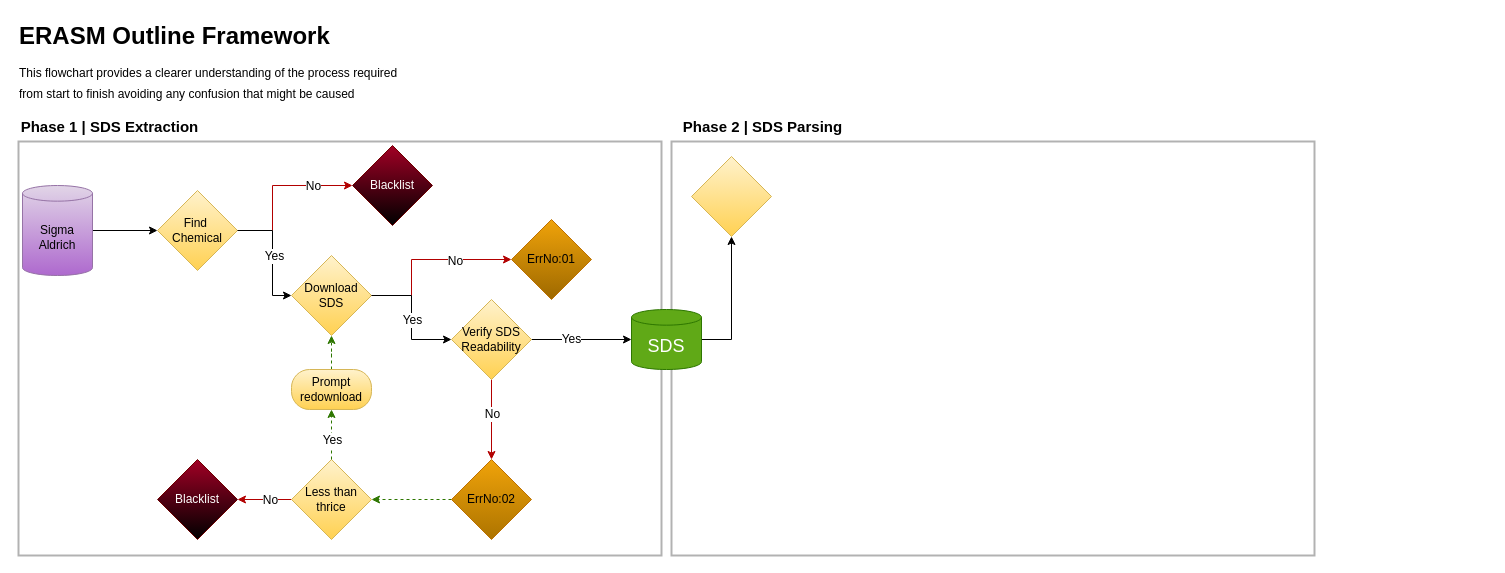
Above: ERASM_Blueprint.drawio in PaiSuryaDarshan/E-RASM (draw.io), before the change. Source tidied: cells renumbered, new cells numbered last; positions are measured from the earlier drawing's top-left corner, leaving out a move shared by most shapes. Both pictures are drawn from the tidied source at 100%, with x=0, y=0 at pixel (17, 17).
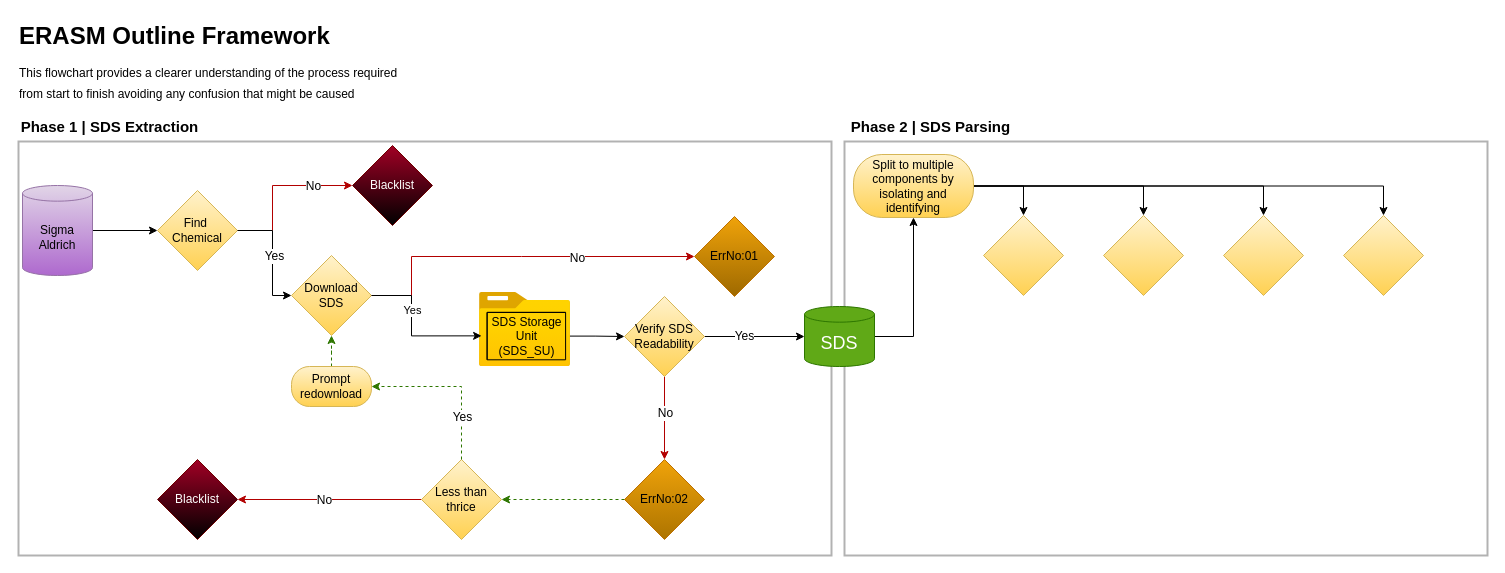
The same diagram, later.

The change refers to these unchanged cells:
```xml
<mxCell id="13" value="Download SDS" style="rhombus;whiteSpace=wrap;html=1;fillColor=#fff2cc;strokeColor=#d6b656;gradientColor=#ffd152;" parent="1" vertex="1">
  <mxGeometry x="274" y="238" width="80" height="80" as="geometry" />
</mxCell>
```

The edit, as a diff of the source:
```diff
@@
+    <mxCell id="3" style="rounded=0;whiteSpace=wrap;html=1;fillColor=none;strokeWidth=2;opacity=30;" parent="1" vertex="1">
+      <mxGeometry x="1" y="124" width="813" height="414" as="geometry" />
+    </mxCell>
     <mxCell id="2" style="rounded=0;whiteSpace=wrap;html=1;fillColor=none;strokeWidth=2;opacity=30;" parent="1" vertex="1">
-      <mxGeometry x="654" y="124" width="643" height="414" as="geometry" />
+      <mxGeometry x="827" y="124" width="643" height="414" as="geometry" />
     </mxCell>
-    <mxCell id="3" style="rounded=0;whiteSpace=wrap;html=1;fillColor=none;strokeWidth=2;opacity=30;" parent="1" vertex="1">
-      <mxGeometry x="1" y="124" width="643" height="414" as="geometry" />
-    </mxCell>
@@
-    <mxCell id="11" style="edgeStyle=orthogonalEdgeStyle;rounded=0;jettySize=auto;html=1;fontFamily=Helvetica;fontSize=12;fontColor=default;fillColor=#e51400;strokeColor=#B20000;" parent="1" edge="1" source="13" target="22">
+    <mxCell id="11" style="edgeStyle=orthogonalEdgeStyle;rounded=0;jettySize=auto;html=1;fontFamily=Helvetica;fontSize=12;fontColor=default;fillColor=#e51400;strokeColor=#B20000;entryX=0;entryY=0.5;entryDx=0;entryDy=0;" parent="1" edge="1" source="13" target="22">
       <mxGeometry relative="1" as="geometry">
         <Array as="points">
           <mxPoint x="394" y="278" />
-          <mxPoint x="394" y="242" />
+          <mxPoint x="394" y="239" />
+          <mxPoint x="504" y="239" />
         </Array>
       </mxGeometry>
     </mxCell>
@@
     <mxCell id="21" value="Verify SDS Readability" style="rhombus;whiteSpace=wrap;html=1;fillColor=#fff2cc;strokeColor=#d6b656;gradientColor=#ffd152;" parent="1" vertex="1">
-      <mxGeometry x="434" y="282" width="80" height="80" as="geometry" />
+      <mxGeometry x="607" y="279" width="80" height="80" as="geometry" />
     </mxCell>
     <mxCell id="22" value="ErrNo:01" style="rhombus;whiteSpace=wrap;html=1;fillColor=#f0a30a;strokeColor=#BD7000;fontColor=#000000;gradientColor=#9e6900;" parent="1" vertex="1">
-      <mxGeometry x="494" y="202" width="80" height="80" as="geometry" />
+      <mxGeometry x="677" y="199" width="80" height="80" as="geometry" />
     </mxCell>
-    <mxCell id="23" style="edgeStyle=orthogonalEdgeStyle;rounded=0;jettySize=auto;html=1;fontFamily=Helvetica;fontSize=12;fontColor=default;entryX=0;entryY=0.5;entryDx=0;entryDy=0;" parent="1" edge="1" source="13" target="21">
-      <mxGeometry relative="1" as="geometry" />
-    </mxCell>
-    <mxCell id="24" value="Yes" style="edgeLabel;html=1;align=center;verticalAlign=middle;strokeColor=#d6b656;fontFamily=Helvetica;fontSize=12;fontColor=default;fillColor=#fff2cc;gradientColor=#ffd152;" parent="23" vertex="1">
-      <mxGeometry x="-0.23" y="-1" relative="1" as="geometry">
-        <mxPoint x="1" y="16" as="offset" />
-      </mxGeometry>
-    </mxCell>
@@
     <mxCell id="26" value="ErrNo:02" style="rhombus;whiteSpace=wrap;html=1;fillColor=#f0a30a;strokeColor=#BD7000;fontColor=#000000;gradientColor=#ad7400;" parent="1" vertex="1">
-      <mxGeometry x="434" y="442" width="80" height="80" as="geometry" />
+      <mxGeometry x="607" y="442" width="80" height="80" as="geometry" />
     </mxCell>
@@
     <mxCell id="30" value="Less than thrice" style="rhombus;whiteSpace=wrap;html=1;fillColor=#fff2cc;strokeColor=#d6b656;gradientColor=#ffd152;" parent="1" vertex="1">
-      <mxGeometry x="274" y="442" width="80" height="80" as="geometry" />
+      <mxGeometry x="404" y="442" width="80" height="80" as="geometry" />
     </mxCell>
-    <mxCell id="31" style="edgeStyle=orthogonalEdgeStyle;rounded=0;jettySize=auto;html=1;entryX=0.5;entryY=1;entryDx=0;entryDy=0;fontFamily=Helvetica;fontSize=12;fontColor=default;dashed=1;fillColor=#60a917;strokeColor=#2D7600;" parent="1" edge="1" source="30" target="33">
-      <mxGeometry relative="1" as="geometry" />
+    <mxCell id="31" style="edgeStyle=orthogonalEdgeStyle;rounded=0;jettySize=auto;html=1;entryX=1;entryY=0.5;entryDx=0;entryDy=0;fontFamily=Helvetica;fontSize=12;fontColor=default;dashed=1;fillColor=#60a917;strokeColor=#2D7600;" parent="1" edge="1" source="30" target="33">
+      <mxGeometry relative="1" as="geometry">
+        <Array as="points">
+          <mxPoint x="444" y="369" />
+        </Array>
+      </mxGeometry>
     </mxCell>
     <mxCell id="32" value="Yes" style="edgeLabel;html=1;align=center;verticalAlign=middle;strokeColor=#d6b656;fontFamily=Helvetica;fontSize=12;fontColor=default;fillColor=#fff2cc;gradientColor=#ffd152;" parent="31" vertex="1">
       <mxGeometry x="0.01" relative="1" as="geometry">
-        <mxPoint y="5" as="offset" />
+        <mxPoint x="9" y="30" as="offset" />
       </mxGeometry>
     </mxCell>
     <mxCell id="33" value="&lt;div&gt;Prompt redownload&lt;br&gt;&lt;/div&gt;" style="rounded=1;whiteSpace=wrap;html=1;strokeColor=#d6b656;align=center;verticalAlign=middle;fontFamily=Helvetica;fontSize=12;fontColor=default;fillColor=#fff2cc;gradientColor=#ffd152;arcSize=45;" parent="1" vertex="1">
-      <mxGeometry x="274" y="352" width="80" height="40" as="geometry" />
+      <mxGeometry x="274" y="349" width="80" height="40" as="geometry" />
     </mxCell>
@@
-    <mxCell id="35" style="edgeStyle=orthogonalEdgeStyle;rounded=0;jettySize=auto;html=1;fontFamily=Helvetica;fontSize=12;fontColor=default;entryX=0.5;entryY=1;entryDx=0;entryDy=0;" parent="1" edge="1" source="36" target="39">
-      <mxGeometry relative="1" as="geometry">
-        <Array as="points">
-          <mxPoint x="714" y="322" />
-        </Array>
-      </mxGeometry>
-    </mxCell>
+    <mxCell id="40" style="edgeStyle=orthogonalEdgeStyle;rounded=0;jettySize=auto;html=1;entryX=0.5;entryY=1;entryDx=0;entryDy=0;" parent="1" edge="1" target="45">
+      <mxGeometry relative="1" as="geometry">
+        <mxPoint x="857" y="319" as="sourcePoint" />
+        <Array as="points">
+          <mxPoint x="896" y="319" />
+        </Array>
+      </mxGeometry>
+    </mxCell>
     <mxCell id="36" value="&lt;font style=&quot;font-size: 18px;&quot;&gt;SDS&lt;/font&gt;" style="shape=cylinder3;whiteSpace=wrap;html=1;boundedLbl=1;backgroundOutline=1;size=7.833282470703125;fillColor=#60a917;strokeColor=#2D7600;fontColor=#ffffff;" parent="1" vertex="1">
-      <mxGeometry x="614" y="292" width="70" height="60" as="geometry" />
+      <mxGeometry x="787" y="289" width="70" height="60" as="geometry" />
     </mxCell>
@@
     <mxCell id="38" value="&lt;b style=&quot;font-size: 15px;&quot;&gt;Phase 2 | SDS Parsing&lt;/b&gt;" style="text;html=1;align=center;verticalAlign=middle;whiteSpace=wrap;rounded=0;fontFamily=Helvetica;fontSize=15;fontColor=default;" parent="1" vertex="1">
-      <mxGeometry x="654" y="94" width="183" height="30" as="geometry" />
+      <mxGeometry x="827" y="94" width="173" height="30" as="geometry" />
     </mxCell>
-    <mxCell id="39" style="rhombus;whiteSpace=wrap;html=1;fillColor=#fff2cc;strokeColor=#d6b656;gradientColor=#ffd152;" parent="1" vertex="1">
-      <mxGeometry x="674" y="139" width="80" height="80" as="geometry" />
-    </mxCell>
+    <mxCell id="41" style="edgeStyle=orthogonalEdgeStyle;rounded=0;jettySize=auto;html=1;entryX=0.5;entryY=0;entryDx=0;entryDy=0;" parent="1" edge="1" source="45" target="46">
+      <mxGeometry relative="1" as="geometry" />
+    </mxCell>
+    <mxCell id="42" style="edgeStyle=orthogonalEdgeStyle;rounded=0;jettySize=auto;html=1;entryX=0.5;entryY=0;entryDx=0;entryDy=0;" parent="1" edge="1" source="45" target="47">
+      <mxGeometry relative="1" as="geometry" />
+    </mxCell>
+    <mxCell id="43" style="edgeStyle=orthogonalEdgeStyle;rounded=0;jettySize=auto;html=1;entryX=0.5;entryY=0;entryDx=0;entryDy=0;" parent="1" edge="1" source="45" target="48">
+      <mxGeometry relative="1" as="geometry" />
+    </mxCell>
+    <mxCell id="44" style="edgeStyle=orthogonalEdgeStyle;rounded=0;jettySize=auto;html=1;entryX=0.5;entryY=0;entryDx=0;entryDy=0;" parent="1" edge="1" source="45" target="49">
+      <mxGeometry relative="1" as="geometry" />
+    </mxCell>
+    <mxCell id="45" value="&lt;div&gt;Split to multiple components by isolating and identifying&lt;br&gt;&lt;/div&gt;" style="rounded=1;whiteSpace=wrap;html=1;strokeColor=#d6b656;align=center;verticalAlign=middle;fontFamily=Helvetica;fontSize=12;fontColor=default;fillColor=#fff2cc;gradientColor=#ffd152;arcSize=45;" parent="1" vertex="1">
+      <mxGeometry x="836" y="137" width="120" height="63" as="geometry" />
+    </mxCell>
+    <mxCell id="46" style="rhombus;whiteSpace=wrap;html=1;fillColor=#fff2cc;strokeColor=#d6b656;gradientColor=#ffd152;" parent="1" vertex="1">
+      <mxGeometry x="966" y="198" width="80" height="80" as="geometry" />
+    </mxCell>
+    <mxCell id="47" style="rhombus;whiteSpace=wrap;html=1;fillColor=#fff2cc;strokeColor=#d6b656;gradientColor=#ffd152;" parent="1" vertex="1">
+      <mxGeometry x="1086" y="198" width="80" height="80" as="geometry" />
+    </mxCell>
+    <mxCell id="48" style="rhombus;whiteSpace=wrap;html=1;fillColor=#fff2cc;strokeColor=#d6b656;gradientColor=#ffd152;" parent="1" vertex="1">
+      <mxGeometry x="1206" y="198" width="80" height="80" as="geometry" />
+    </mxCell>
+    <mxCell id="49" style="rhombus;whiteSpace=wrap;html=1;fillColor=#fff2cc;strokeColor=#d6b656;gradientColor=#ffd152;" parent="1" vertex="1">
+      <mxGeometry x="1326" y="198" width="80" height="80" as="geometry" />
+    </mxCell>
+    <mxCell id="50" style="edgeStyle=orthogonalEdgeStyle;rounded=0;jettySize=auto;html=1;entryX=0;entryY=0.5;entryDx=0;entryDy=0;" parent="1" edge="1" source="53" target="21">
+      <mxGeometry relative="1" as="geometry" />
+    </mxCell>
+    <mxCell id="51" style="group;" parent="1" vertex="1">
+      <mxGeometry x="461.9" y="275" width="92.1" height="74" as="geometry" />
+    </mxCell>
+    <mxCell id="52" style="image;html=1;points=[];align=center;fontSize=12;image=img/lib/azure2/general/Folder_Blank.svg;" parent="51" vertex="1">
+      <mxGeometry width="91.2" height="74" as="geometry" />
+    </mxCell>
+    <mxCell id="53" value="SDS Storage Unit (SDS_SU)" style="shape=cube;whiteSpace=wrap;html=1;boundedLbl=1;backgroundOutline=1;darkOpacity=0.05;darkOpacity2=0.1;size=0;fillColor=none;strokeColor=#000000;" parent="51" vertex="1">
+      <mxGeometry x="7.7" y="19.9" width="78.5" height="47.4" as="geometry" />
+    </mxCell>
+    <mxCell id="54" style="edgeStyle=orthogonalEdgeStyle;rounded=0;jettySize=auto;html=1;entryX=0.024;entryY=0.586;entryDx=0;entryDy=0;entryPerimeter=0;" parent="1" edge="1" source="13" target="52">
+      <mxGeometry relative="1" as="geometry">
+        <Array as="points">
+          <mxPoint x="394" y="278" />
+          <mxPoint x="394" y="318" />
+        </Array>
+      </mxGeometry>
+    </mxCell>
+    <mxCell id="24" value="Yes" style="edgeLabel;html=1;align=center;verticalAlign=middle;" parent="54" vertex="1">
+      <mxGeometry x="-0.28" relative="1" as="geometry" />
+    </mxCell>
```
